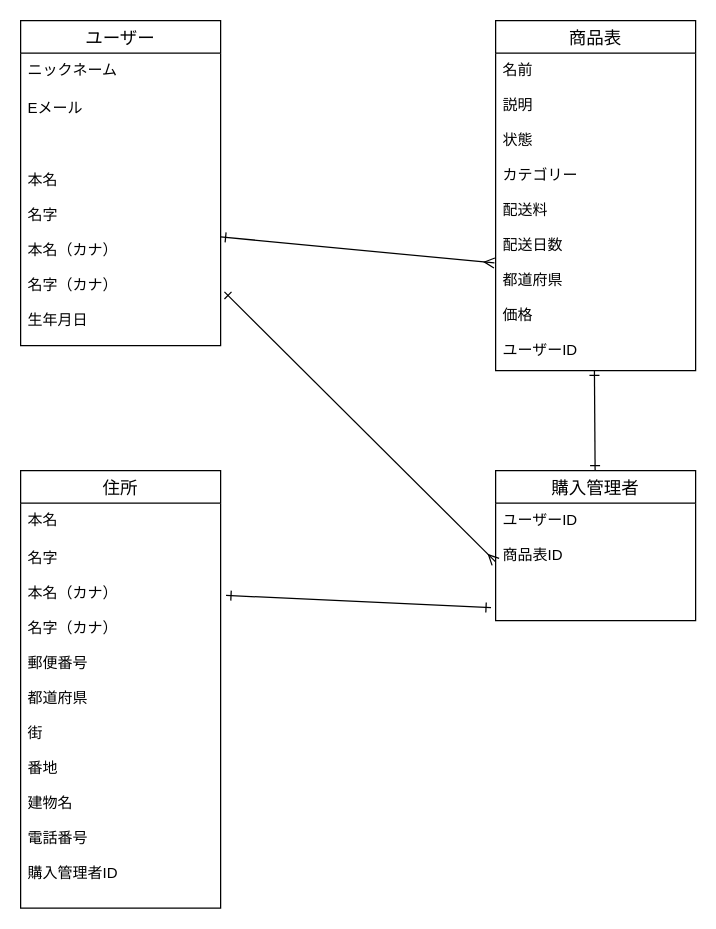
This is test.dio from kyumaoyama/furima-38343, a draw.io file, before an edit. Source tidied: cells renumbered, new cells numbered last; positions are measured from the earlier drawing's top-left corner, leaving out a move shared by most shapes. Both pictures are drawn from the tidied source at 125%, with x=0, y=0 at pixel (20, 20).
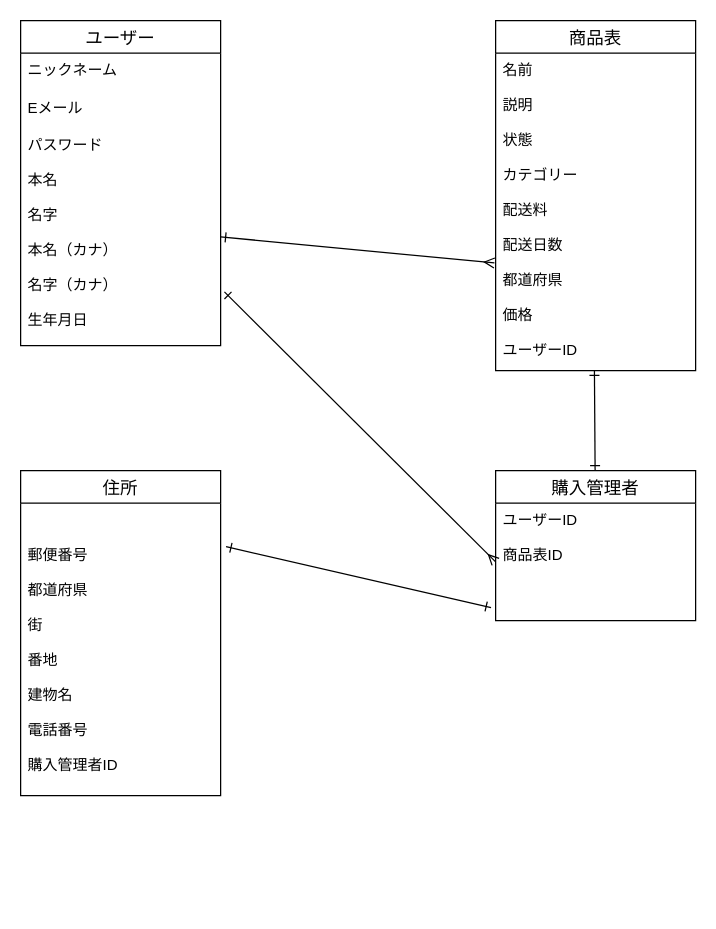
The same diagram, later.

Commit message (it also covers changes not shown here):
DB設計修正４回目

Change to the diagram source:
```diff
@@
 <mxGraphModel>
   <root>
     <mxCell id="0" />
     <mxCell id="1" parent="0" />
     <mxCell id="2" value="ユーザー" style="swimlane;fontStyle=0;horizontal=1;startSize=26;align=center;fontSize=14;" parent="1" vertex="1">
       <mxGeometry width="160" height="260" as="geometry" />
     </mxCell>
     <mxCell id="3" value="ニックネーム    " style="text;strokeColor=none;fillColor=none;spacingLeft=4;spacingRight=4;overflow=hidden;fontSize=12;" parent="2" vertex="1">
       <mxGeometry y="26" width="160" height="30" as="geometry" />
     </mxCell>
     <mxCell id="4" value="Eメール" style="text;strokeColor=none;fillColor=none;spacingLeft=4;spacingRight=4;overflow=hidden;fontSize=12;" parent="2" vertex="1">
       <mxGeometry y="56" width="160" height="30" as="geometry" />
     </mxCell>
-    <mxCell id="5" value="&#10;&#10;本名&#10;&#10;名字&#10;&#10;本名（カナ）&#10;&#10;名字（カナ）&#10;&#10;生年月日&#10;&#10;&#10;&#10;&#10;&#10;&#10;&#10;" style="text;strokeColor=none;fillColor=none;spacingLeft=4;spacingRight=4;overflow=hidden;points=[[0,0.5],[1,0.5]];portConstraint=eastwest;fontSize=12;" parent="2" vertex="1">
+    <mxCell id="5" value="パスワード&#10;&#10;本名&#10;&#10;名字&#10;&#10;本名（カナ）&#10;&#10;名字（カナ）&#10;&#10;生年月日&#10;&#10;&#10;&#10;&#10;&#10;&#10;&#10;" style="text;strokeColor=none;fillColor=none;spacingLeft=4;spacingRight=4;overflow=hidden;points=[[0,0.5],[1,0.5]];portConstraint=eastwest;fontSize=12;" parent="2" vertex="1">
       <mxGeometry y="86" width="160" height="174" as="geometry" />
     </mxCell>
     <mxCell id="6" value="商品表" style="swimlane;fontStyle=0;horizontal=1;startSize=26;align=center;fontSize=14;" parent="1" vertex="1">
       <mxGeometry x="380" width="160" height="280" as="geometry" />
     </mxCell>
     <mxCell id="7" value="名前&#10;&#10;説明&#10;&#10;状態&#10;&#10;カテゴリー&#10;&#10;配送料&#10;&#10;配送日数&#10;&#10;都道府県&#10;&#10;価格&#10;&#10;ユーザーID&#10;&#10;&#10;&#10;" style="text;strokeColor=none;fillColor=none;spacingLeft=4;spacingRight=4;overflow=hidden;points=[[0,0.5],[1,0.5]];portConstraint=eastwest;fontSize=12;" parent="6" vertex="1">
       <mxGeometry y="26" width="160" height="254" as="geometry" />
     </mxCell>
     <mxCell id="8" value="住所" style="swimlane;fontStyle=0;horizontal=1;startSize=26;align=center;fontSize=14;" parent="1" vertex="1">
-      <mxGeometry y="360" width="160" height="350" as="geometry" />
+      <mxGeometry y="360" width="160" height="260" as="geometry" />
     </mxCell>
-    <mxCell id="9" value="本名&#10;&#10;" style="text;strokeColor=none;fillColor=none;spacingLeft=4;spacingRight=4;overflow=hidden;fontSize=12;" parent="8" vertex="1">
-      <mxGeometry y="26" width="160" height="30" as="geometry" />
-    </mxCell>
-    <mxCell id="10" value="名字&#10;&#10;本名（カナ）&#10;&#10;名字（カナ）&#10;&#10;郵便番号&#10;&#10;都道府県&#10;&#10;街&#10;&#10;番地&#10;&#10;建物名&#10;&#10;電話番号&#10;&#10;購入管理者ID&#10;&#10;&#10;&#10;&#10;&#10;&#10;&#10;&#10;" style="text;strokeColor=none;fillColor=none;spacingLeft=4;spacingRight=4;overflow=hidden;points=[[0,0.5],[1,0.5]];portConstraint=eastwest;fontSize=12;" parent="8" vertex="1">
-      <mxGeometry y="56" width="160" height="294" as="geometry" />
+    <mxCell id="10" value="&#10;&#10;郵便番号&#10;&#10;都道府県&#10;&#10;街&#10;&#10;番地&#10;&#10;建物名&#10;&#10;電話番号&#10;&#10;購入管理者ID&#10;&#10;&#10;&#10;&#10;&#10;&#10;&#10;&#10;" style="text;strokeColor=none;fillColor=none;spacingLeft=4;spacingRight=4;overflow=hidden;points=[[0,0.5],[1,0.5]];portConstraint=eastwest;fontSize=12;" parent="8" vertex="1">
+      <mxGeometry y="26" width="160" height="234" as="geometry" />
     </mxCell>
     <mxCell id="11" style="edgeStyle=none;html=1;entryX=0.494;entryY=0.999;entryDx=0;entryDy=0;entryPerimeter=0;startArrow=ERone;startFill=0;endArrow=ERone;endFill=0;endSize=6;" parent="1" edge="1" source="12" target="7">
       <mxGeometry relative="1" as="geometry" />
     </mxCell>
     <mxCell id="12" value="購入管理者" style="swimlane;fontStyle=0;horizontal=1;startSize=26;align=center;fontSize=14;" parent="1" vertex="1">
       <mxGeometry x="380" y="360" width="160" height="120" as="geometry" />
     </mxCell>
     <mxCell id="13" value="ユーザーID&#10;&#10;商品表ID&#10;&#10;" style="text;strokeColor=none;fillColor=none;spacingLeft=4;spacingRight=4;overflow=hidden;points=[[0,0.5],[1,0.5]];portConstraint=eastwest;fontSize=12;" parent="12" vertex="1">
       <mxGeometry y="26" width="160" height="94" as="geometry" />
     </mxCell>
     <mxCell id="14" style="edgeStyle=none;html=1;exitX=1;exitY=0.5;exitDx=0;exitDy=0;entryX=-0.006;entryY=0.661;entryDx=0;entryDy=0;entryPerimeter=0;endSize=6;endArrow=ERmany;endFill=0;startArrow=ERone;startFill=0;" parent="1" edge="1" source="5" target="7">
       <mxGeometry relative="1" as="geometry" />
     </mxCell>
     <mxCell id="15" style="edgeStyle=none;html=1;exitX=0;exitY=0.5;exitDx=0;exitDy=0;entryX=1.019;entryY=0.753;entryDx=0;entryDy=0;entryPerimeter=0;startArrow=ERmany;startFill=0;endArrow=ERone;endFill=0;endSize=6;" parent="1" edge="1" source="13" target="5">
       <mxGeometry relative="1" as="geometry" />
     </mxCell>
     <mxCell id="16" style="edgeStyle=none;html=1;entryX=1.027;entryY=0.149;entryDx=0;entryDy=0;entryPerimeter=0;startArrow=ERone;startFill=0;endArrow=ERone;endFill=0;endSize=6;exitX=-0.023;exitY=0.89;exitDx=0;exitDy=0;exitPerimeter=0;" parent="1" edge="1" source="13" target="10">
       <mxGeometry relative="1" as="geometry" />
     </mxCell>
   </root>
 </mxGraphModel>
```
